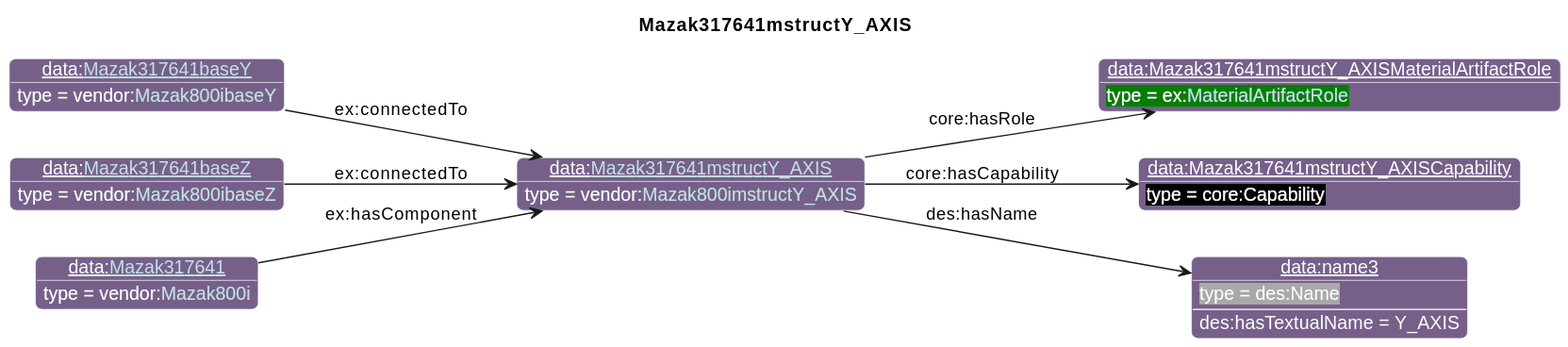
Above: diagrams/Mazak317641mstructY_AXIS.svg in iofoundry/example-syseng-mtconnect (PlantUML), before the change.
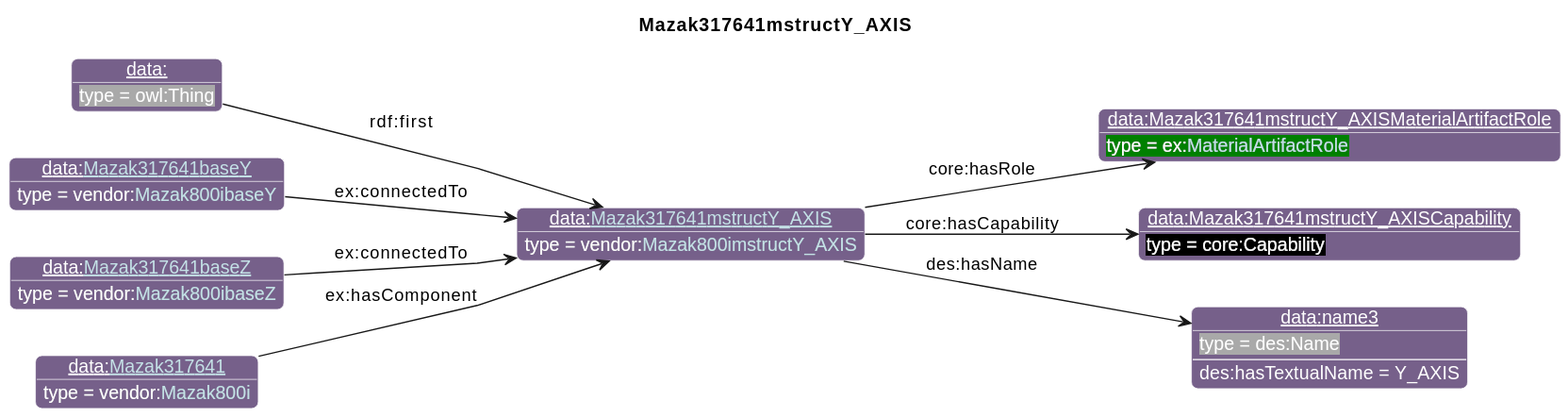
The same file after the commit.

The edit, as a diff of the source:
```diff
@@ -29,14 +29,16 @@
 individual(o1, data:Mazak317641mstructY_AXISMaterialArtifactRole, ex:[[../Example.html#MaterialArtifactRole MaterialArtifactRole]])
 individual(o2, data:Mazak317641mstructY_AXISCapability, core:Capability)
 individual(o3, data:name3, des:Name)
-individual(o4, data:[[./Mazak317641baseY.html Mazak317641baseY]], vendor:[[../Mazak.html#Mazak800ibaseY Mazak800ibaseY]])
-individual(o5, data:[[./Mazak317641baseZ.html Mazak317641baseZ]], vendor:[[../Mazak.html#Mazak800ibaseZ Mazak800ibaseZ]])
-individual(o6, data:[[./Mazak317641.html Mazak317641]], vendor:[[../Mazak.html#Mazak800i Mazak800i]])
+individual(o4, data:, owl:Thing)
+individual(o5, data:[[./Mazak317641baseY.html Mazak317641baseY]], vendor:[[../Mazak.html#Mazak800ibaseY Mazak800ibaseY]])
+individual(o6, data:[[./Mazak317641baseZ.html Mazak317641baseZ]], vendor:[[../Mazak.html#Mazak800ibaseZ Mazak800ibaseZ]])
+individual(o7, data:[[./Mazak317641.html Mazak317641]], vendor:[[../Mazak.html#Mazak800i Mazak800i]])
 property(o0, "core:hasRole", o1)
 property(o0, "core:hasCapability", o2)
 property(o0, "des:hasName", o3)
 data(o3, "des:hasTextualName", "Y_AXIS")
-property(o4, "ex:connectedTo", o0)
+property(o4, "rdf:first", o0)
 property(o5, "ex:connectedTo", o0)
-property(o6, "ex:hasComponent", o0)
+property(o6, "ex:connectedTo", o0)
+property(o7, "ex:hasComponent", o0)
 @enduml
```
